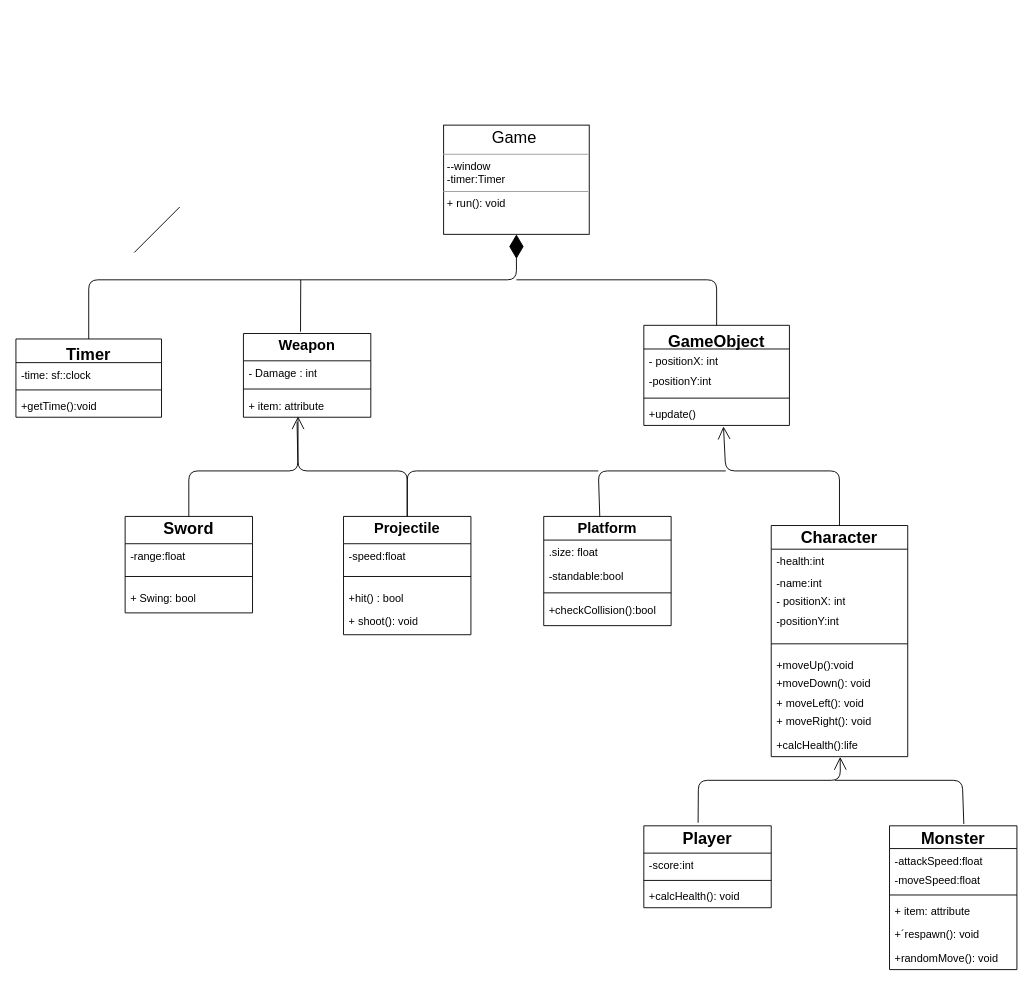
Before: classDiagram.drawio in Gabe-Hog/platformer-game, a draw.io diagram. Source tidied: cells renumbered, new cells numbered last; positions are measured from the earlier drawing's top-left corner, leaving out a move shared by most shapes. Both pictures are drawn from the tidied source at 91%, with x=0, y=0 at pixel (15, 125).
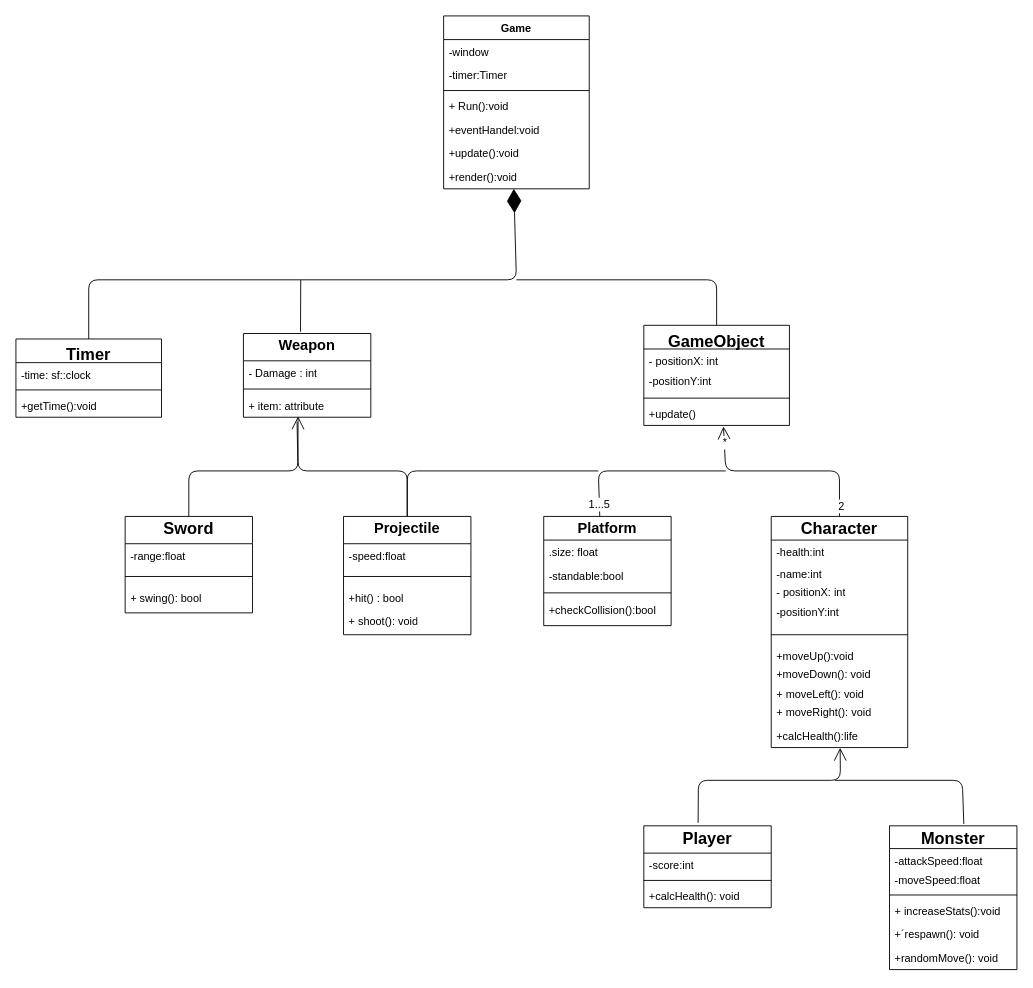
Above is the later version.

Unchanged cells that the change refers to:
```xml
<mxCell id="23" value="&lt;p style=&quot;margin:0px;margin-top:4px;text-align:center;&quot;&gt;&lt;b style=&quot;background-color: initial;&quot;&gt;&lt;font style=&quot;font-size: 18px;&quot;&gt;Monster&lt;/font&gt;&lt;/b&gt;&lt;/p&gt;" style="verticalAlign=top;align=center;overflow=fill;html=1;whiteSpace=wrap;shape=swimlane;fontStyle=1;startSize=25;horizontal=1;" parent="1" vertex="1">
  <mxGeometry x="960" y="770" width="140" height="158" as="geometry" />
</mxCell>
<mxCell id="34" value="&lt;p style=&quot;margin:0px;margin-top:4px;text-align:center;&quot;&gt;&lt;span style=&quot;font-size: 18px;&quot;&gt;Sword&lt;/span&gt;&lt;/p&gt;&lt;p style=&quot;margin:0px;margin-top:4px;text-align:center;&quot;&gt;&lt;b&gt;&lt;font size=&quot;3&quot;&gt;Sword&lt;/font&gt;&lt;/b&gt;&lt;/p&gt;&lt;p style=&quot;margin:0px;margin-top:4px;text-align:center;&quot;&gt;&lt;b&gt;&lt;br&gt;&lt;/b&gt;&lt;/p&gt;" style="verticalAlign=top;align=center;overflow=fill;html=1;whiteSpace=wrap;shape=swimlane;fontStyle=1;startSize=30;horizontal=1;" parent="1" vertex="1">
  <mxGeometry x="120" y="430" width="140" height="106" as="geometry" />
</mxCell>
<mxCell id="44" value="Timer" style="swimlane;fontStyle=1;align=center;verticalAlign=top;horizontal=1;startSize=26;fontSize=18;" parent="1" vertex="1">
  <mxGeometry y="235" width="160" height="86" as="geometry" />
</mxCell>
<mxCell id="55" style="endArrow=none;html=1;fontSize=12;exitX=0.44;exitY=0.001;exitDx=0;exitDy=0;exitPerimeter=0;" parent="1" edge="1" source="2">
  <mxGeometry relative="1" as="geometry">
    <mxPoint x="780" y="380" as="targetPoint" />
    <Array as="points">
      <mxPoint x="640" y="380" />
    </Array>
  </mxGeometry>
</mxCell>
<mxCell id="59" style="endArrow=open;endFill=1;endSize=12;html=1;fontSize=12;entryX=0.547;entryY=1.042;entryDx=0;entryDy=0;entryPerimeter=0;exitX=0.5;exitY=0;exitDx=0;exitDy=0;" parent="1" edge="1" source="7" target="52">
  <mxGeometry relative="1" as="geometry">
    <Array as="points">
      <mxPoint x="905" y="380" />
      <mxPoint x="780" y="380" />
    </Array>
  </mxGeometry>
</mxCell>
```

Diff of the diagram source:
```diff
@@
     <mxCell id="7" value="&lt;p style=&quot;margin:0px;margin-top:4px;text-align:center;&quot;&gt;&lt;b style=&quot;background-color: initial;&quot;&gt;&lt;font style=&quot;font-size: 18px;&quot;&gt;Character&lt;/font&gt;&lt;/b&gt;&lt;/p&gt;" style="verticalAlign=top;align=center;overflow=fill;html=1;whiteSpace=wrap;shape=swimlane;fontStyle=1;startSize=26;horizontal=1;" parent="1" vertex="1">
-      <mxGeometry x="830" y="440" width="150" height="254" as="geometry" />
+      <mxGeometry x="830" y="430" width="150" height="254" as="geometry" />
     </mxCell>
@@
-    <mxCell id="27" value="+ item: attribute" style="text;strokeColor=none;fillColor=none;align=left;verticalAlign=top;spacingLeft=4;spacingRight=4;overflow=hidden;fontSize=12;" parent="23" vertex="1">
+    <mxCell id="27" value="+ increaseStats():void" style="text;strokeColor=none;fillColor=none;align=left;verticalAlign=top;spacingLeft=4;spacingRight=4;overflow=hidden;fontSize=12;" parent="23" vertex="1">
       <mxGeometry y="80" width="140" height="26" as="geometry" />
     </mxCell>
@@
-    <mxCell id="37" value="+ Swing: bool&lt;div&gt;&lt;br&gt;&lt;/div&gt;" style="text;strokeColor=none;fillColor=none;align=left;verticalAlign=top;spacingLeft=4;spacingRight=4;overflow=hidden;whiteSpace=wrap;html=1;" parent="34" vertex="1">
+    <mxCell id="37" value="+ swing(): bool&lt;div&gt;&lt;br&gt;&lt;/div&gt;" style="text;strokeColor=none;fillColor=none;align=left;verticalAlign=top;spacingLeft=4;spacingRight=4;overflow=hidden;whiteSpace=wrap;html=1;" parent="34" vertex="1">
       <mxGeometry y="76" width="140" height="30" as="geometry" />
     </mxCell>
@@
-    <mxCell id="43" value="&lt;p style=&quot;margin:0px;margin-top:4px;text-align:center;&quot;&gt;&lt;/p&gt;&lt;span style=&quot;white-space: pre;&quot;&gt;&#9;&lt;/span&gt;&lt;span style=&quot;white-space: pre;&quot;&gt;&#9;&lt;/span&gt;&lt;font style=&quot;font-size: 18px;&quot;&gt;Game&lt;/font&gt;&lt;hr size=&quot;1&quot;&gt;&lt;p style=&quot;margin:0px;margin-left:4px;&quot;&gt;--window&lt;/p&gt;&lt;p style=&quot;margin:0px;margin-left:4px;&quot;&gt;-timer:Timer&lt;/p&gt;&lt;hr size=&quot;1&quot;&gt;&lt;p style=&quot;margin:0px;margin-left:4px;&quot;&gt;+ run(): void&lt;/p&gt;" style="verticalAlign=top;align=left;overflow=fill;fontSize=12;fontFamily=Helvetica;html=1;" parent="1" vertex="1">
-      <mxGeometry x="470" width="160" height="120" as="geometry" />
-    </mxCell>
@@
-    <mxCell id="53" style="endArrow=none;html=1;fontSize=12;" parent="1" edge="1">
-      <mxGeometry relative="1" as="geometry">
-        <mxPoint x="130" y="140" as="sourcePoint" />
-        <mxPoint x="180" y="90" as="targetPoint" />
-      </mxGeometry>
-    </mxCell>
@@
+    <mxCell id="64" value="1...5" style="edgeLabel;html=1;align=center;verticalAlign=middle;fontSize=12;" parent="55" vertex="1">
+      <mxGeometry x="-0.85" y="1" relative="1" as="geometry" />
+    </mxCell>
@@
-    <mxCell id="58" style="endArrow=diamondThin;endFill=1;endSize=24;html=1;fontSize=12;entryX=0.5;entryY=1;entryDx=0;entryDy=0;exitX=0.5;exitY=0;exitDx=0;exitDy=0;" parent="1" edge="1" source="44" target="43">
+    <mxCell id="58" style="endArrow=diamondThin;endFill=1;endSize=24;html=1;fontSize=12;exitX=0.5;exitY=0;exitDx=0;exitDy=0;entryX=0.482;entryY=0.996;entryDx=0;entryDy=0;entryPerimeter=0;" parent="1" edge="1" source="44" target="74">
       <mxGeometry relative="1" as="geometry">
         <Array as="points">
           <mxPoint x="80" y="170" />
           <mxPoint x="550" y="170" />
         </Array>
       </mxGeometry>
     </mxCell>
@@
+    <mxCell id="65" value="2" style="edgeLabel;html=1;align=center;verticalAlign=middle;fontSize=12;" parent="59" vertex="1">
+      <mxGeometry x="-0.89" y="-1" relative="1" as="geometry" />
+    </mxCell>
+    <mxCell id="66" value="*" style="edgeLabel;html=1;align=center;verticalAlign=middle;fontSize=12;" parent="59" vertex="1">
+      <mxGeometry x="0.85" relative="1" as="geometry" />
+    </mxCell>
@@
+    <mxCell id="67" value="Game" style="swimlane;fontStyle=1;align=center;verticalAlign=top;horizontal=1;startSize=26;fontSize=12;" parent="1" vertex="1">
+      <mxGeometry x="470" y="-120" width="160" height="190" as="geometry" />
+    </mxCell>
+    <mxCell id="68" value="-window&#10;" style="text;strokeColor=none;fillColor=none;align=left;verticalAlign=top;spacingLeft=4;spacingRight=4;overflow=hidden;fontSize=12;" parent="67" vertex="1">
+      <mxGeometry y="26" width="160" height="26" as="geometry" />
+    </mxCell>
+    <mxCell id="69" value="-timer:Timer" style="text;strokeColor=none;fillColor=none;align=left;verticalAlign=top;spacingLeft=4;spacingRight=4;overflow=hidden;fontSize=12;" parent="67" vertex="1">
+      <mxGeometry y="52" width="160" height="26" as="geometry" />
+    </mxCell>
+    <mxCell id="70" style="line;strokeWidth=1;fillColor=none;align=left;verticalAlign=middle;spacingTop=-1;spacingLeft=3;spacingRight=3;labelPosition=right;strokeColor=inherit;fontSize=12;" parent="67" vertex="1">
+      <mxGeometry y="78" width="160" height="8" as="geometry" />
+    </mxCell>
+    <mxCell id="71" value="+ Run():void" style="text;strokeColor=none;fillColor=none;align=left;verticalAlign=top;spacingLeft=4;spacingRight=4;overflow=hidden;fontSize=12;" parent="67" vertex="1">
+      <mxGeometry y="86" width="160" height="26" as="geometry" />
+    </mxCell>
+    <mxCell id="72" value="+eventHandel:void" style="text;strokeColor=none;fillColor=none;align=left;verticalAlign=top;spacingLeft=4;spacingRight=4;overflow=hidden;fontSize=12;" parent="67" vertex="1">
+      <mxGeometry y="112" width="160" height="26" as="geometry" />
+    </mxCell>
+    <mxCell id="73" value="+update():void" style="text;strokeColor=none;fillColor=none;align=left;verticalAlign=top;spacingLeft=4;spacingRight=4;overflow=hidden;fontSize=12;" parent="67" vertex="1">
+      <mxGeometry y="138" width="160" height="26" as="geometry" />
+    </mxCell>
+    <mxCell id="74" value="+render():void" style="text;strokeColor=none;fillColor=none;align=left;verticalAlign=top;spacingLeft=4;spacingRight=4;overflow=hidden;points=[[0,0.5],[1,0.5]];portConstraint=eastwest;fontSize=12;" parent="67" vertex="1">
+      <mxGeometry y="164" width="160" height="26" as="geometry" />
+    </mxCell>
```
